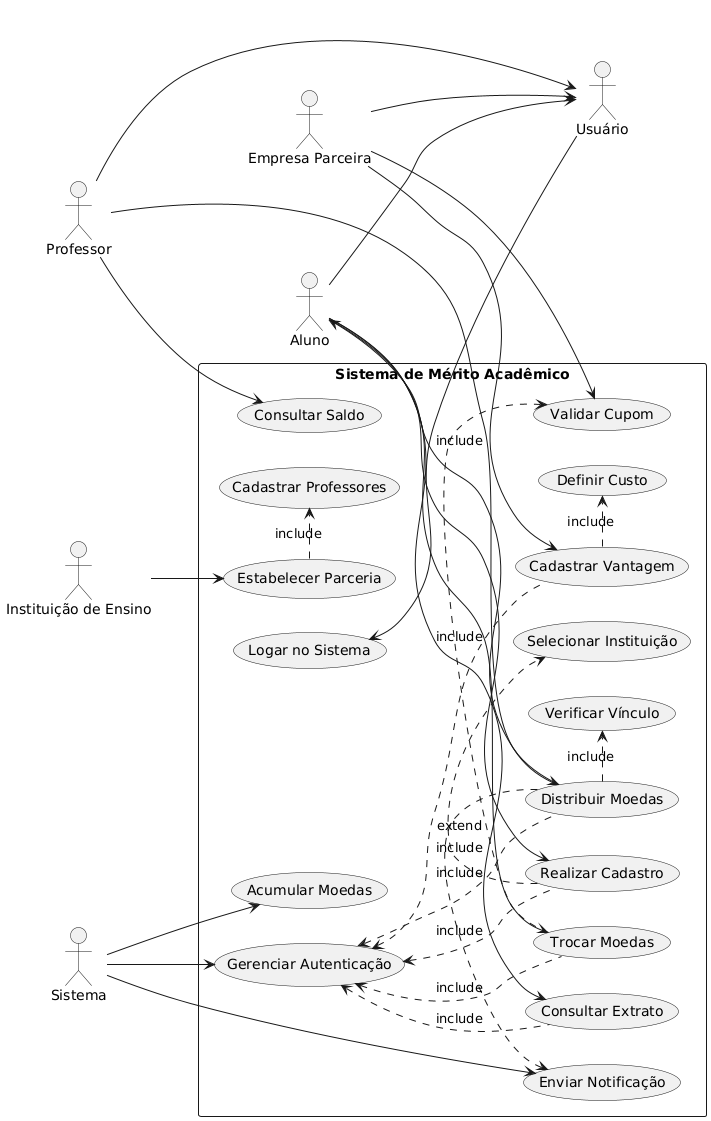
thais-reiss/Lab3-Sistema-de-moeda-estudantil keeps this PlantUML diagram as project/Diagramas/Diagrama de Casos de Uso/Casos de Uso.png. Above is the earlier version.
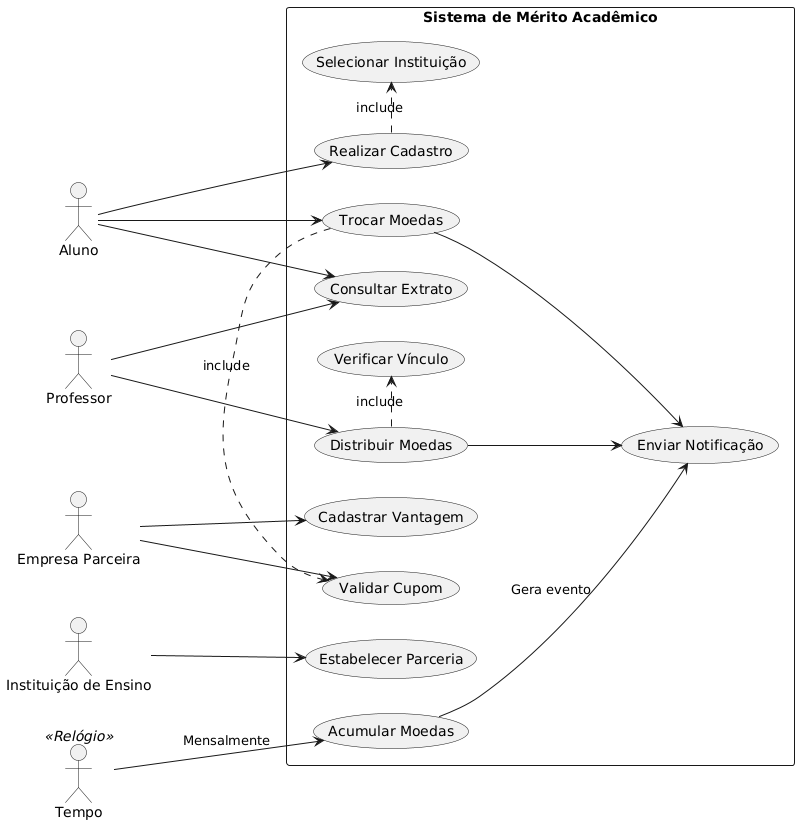
The same diagram one commit later.

Commit message:
Casos de Uso

What changed in the source:
```diff
@@ -6,43 +6,40 @@
 actor Professor
 actor "Empresa Parceira" as Empresa
 actor "Instituição de Ensino" as Instituicao
-actor Sistema
-actor Usuário
+actor "Tempo" as Timer << Relógio >>
 
 rectangle "Sistema de Mérito Acadêmico" {
-  Usuário --> (Logar no Sistema)
+  (Realizar Cadastro)
+  (Consultar Extrato)
+  (Trocar Moedas)
+  (Distribuir Moedas)
+  (Cadastrar Vantagem)
+  (Validar Cupom)
+  (Estabelecer Parceria)
+
+  (Acumular Moedas) as (Acumular)
+  (Enviar Notificação) as (Notificar)
 
   Aluno --> (Realizar Cadastro)
   Aluno --> (Consultar Extrato)
   Aluno --> (Trocar Moedas)
-  (Distribuir Moedas) --> Aluno
-  Aluno --> Usuário
 
   Professor --> (Distribuir Moedas)
-  Professor --> (Consultar Saldo)
-  Professor --> Usuário
+  Professor --> (Consultar Extrato)
 
   Empresa --> (Cadastrar Vantagem)
   Empresa --> (Validar Cupom)
-  Empresa --> Usuário
 
   Instituicao --> (Estabelecer Parceria)
 
-  Sistema --> (Acumular Moedas)
-  Sistema --> (Enviar Notificação)
-  Sistema --> (Gerenciar Autenticação)
+  Timer --> (Acumular) : Mensalmente
 
   (Realizar Cadastro) .> (Selecionar Instituição) : «include»
   (Distribuir Moedas) .> (Verificar Vínculo) : «include»
-  (Distribuir Moedas) .> (Enviar Notificação) : «extend»
   (Trocar Moedas) .> (Validar Cupom) : «include»
-  (Estabelecer Parceria) .> (Cadastrar Professores) : «include»
-  (Cadastrar Vantagem) .> (Definir Custo) : «include»
 
-  (Gerenciar Autenticação) <.. (Realizar Cadastro) : «include»
-  (Gerenciar Autenticação) <.. (Distribuir Moedas) : «include»
-  (Gerenciar Autenticação) <.. (Consultar Extrato) : «include»
-  (Gerenciar Autenticação) <.. (Trocar Moedas) : «include»
-  (Gerenciar Autenticação) <.. (Cadastrar Vantagem) : «include»
+  (Acumular) --> (Notificar) : Gera evento
+  (Distribuir Moedas) --> (Notificar)
+  (Trocar Moedas) --> (Notificar)
 }
 @enduml
```
